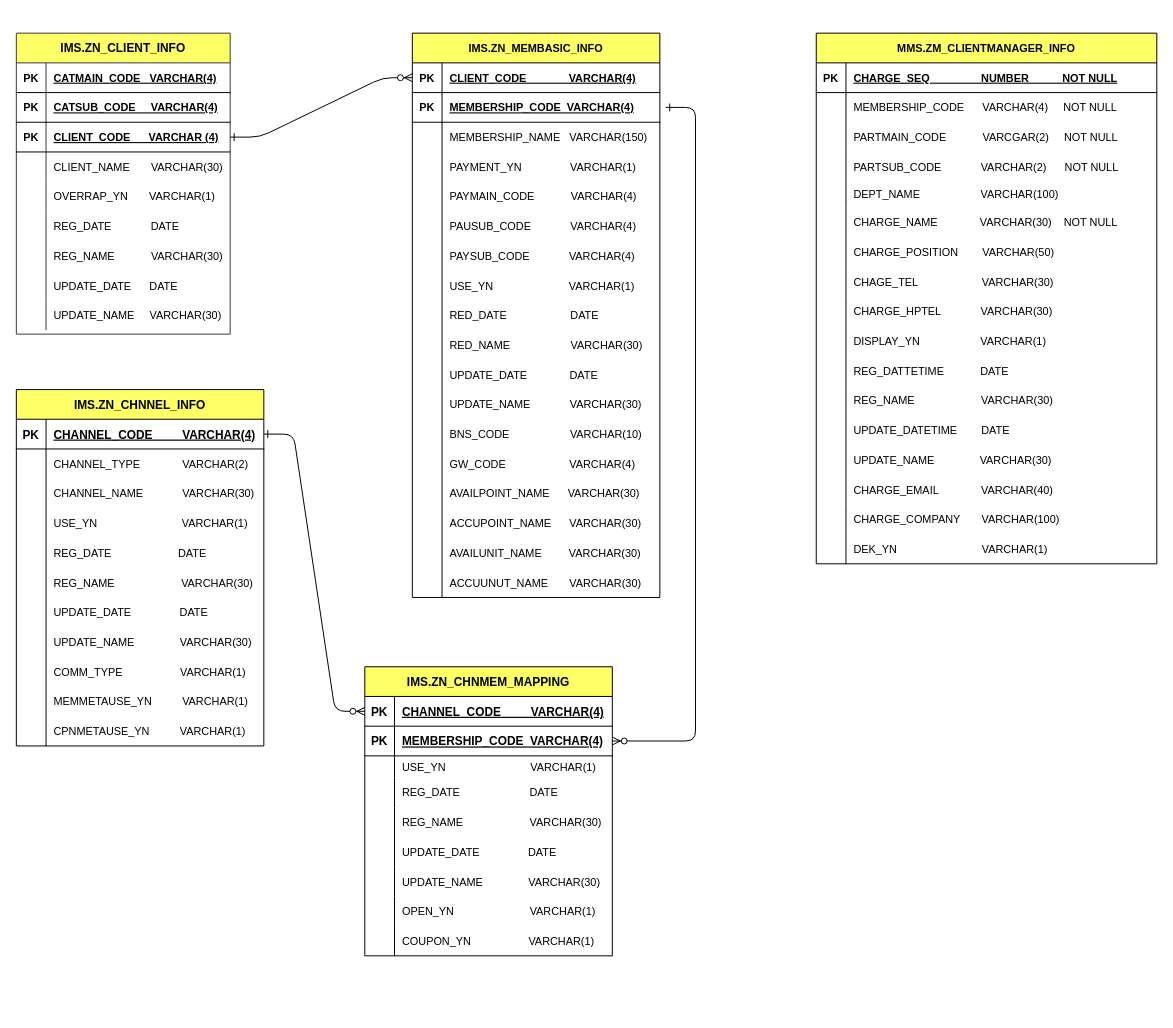
This is Untitled Diagram.drawio from qksl22/Java, a draw.io file, before an edit. Source tidied: cells renumbered, new cells numbered last; positions are measured from the earlier drawing's top-left corner, leaving out a move shared by most shapes. Both pictures are drawn from the tidied source at 99%, with x=0, y=0 at pixel (16, 33).
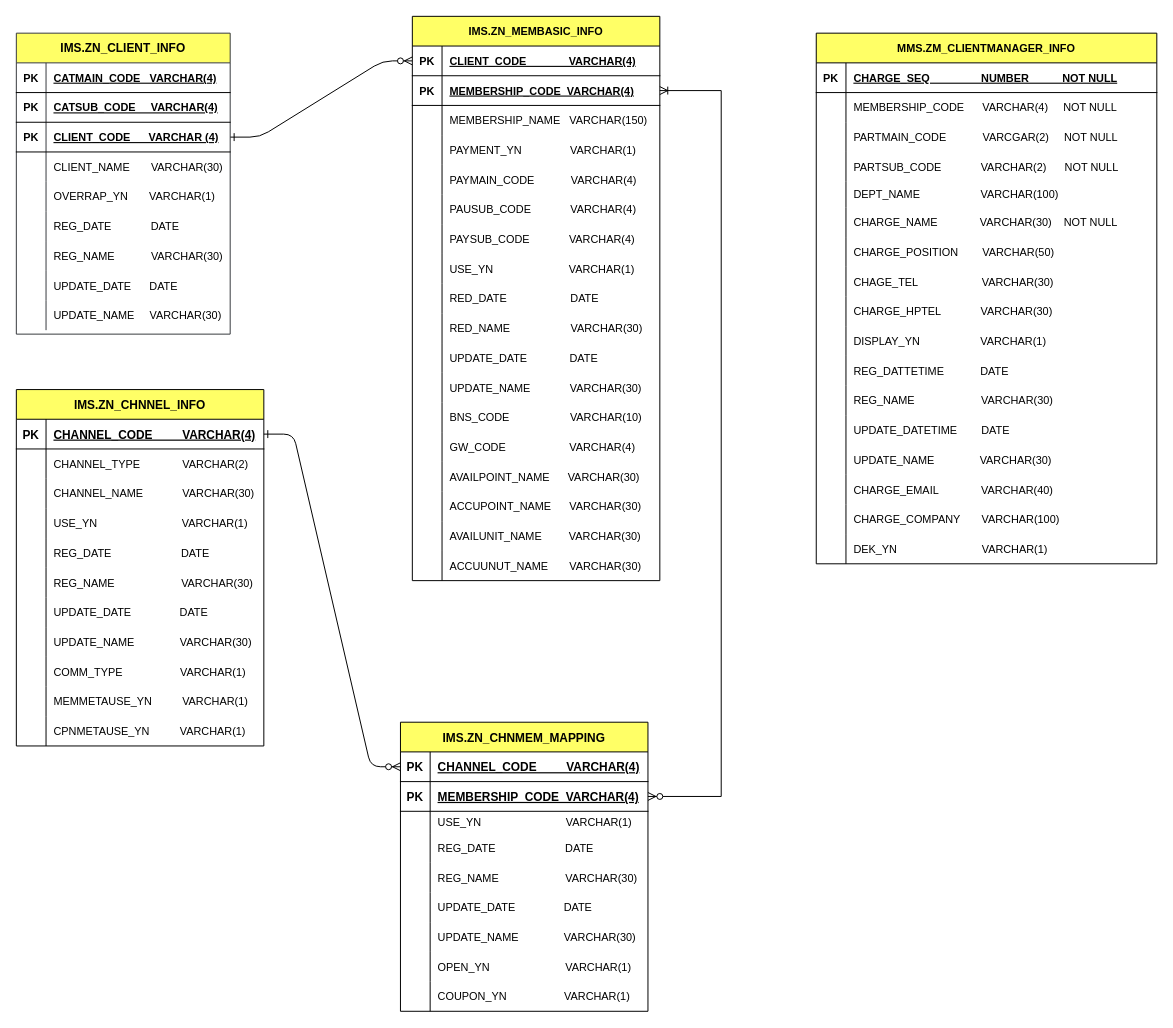
The same page after the edit.

Unchanged cells that the change refers to:
```xml
<mxCell id="7" style="shape=partialRectangle;fillColor=none;points=[[0,0.5],[1,0.5]];portConstraint=eastwest;top=0;left=0;right=0;bottom=1;fontSize=11;" parent="3" vertex="1">
  <mxGeometry y="60" width="250" height="30" as="geometry" />
</mxCell>
<mxCell id="90" style="shape=partialRectangle;fillColor=none;points=[[0,0.5],[1,0.5]];portConstraint=eastwest;top=0;left=0;right=0;bottom=1;" parent="86" vertex="1">
  <mxGeometry y="60" width="250" height="30" as="geometry" />
</mxCell>
<mxCell id="127" style="shape=partialRectangle;fillColor=none;top=0;left=0;right=0;bottom=0;fontSize=11;" parent="114" vertex="1">
  <mxGeometry y="150" width="250" height="30" as="geometry" />
</mxCell>
```

Change to the diagram source:
```diff
@@
     <mxCell id="3" value="IMS.ZN_MEMBASIC_INFO" style="shape=table;startSize=30;childLayout=tableLayout;rowLines=0;fontStyle=1;align=center;fontSize=11;fillColor=#FFFF66;" parent="1" vertex="1">
-      <mxGeometry x="400" width="250" height="570" as="geometry" />
+      <mxGeometry x="400" y="-17" width="250" height="570" as="geometry" />
     </mxCell>
@@
     <mxCell id="86" value="IMS.ZN_CHNMEM_MAPPING" style="shape=table;startSize=30;childLayout=tableLayout;rowLines=0;fontStyle=1;align=center;fillColor=#FFFF66;" parent="1" vertex="1">
-      <mxGeometry x="352" y="640" width="250" height="292" as="geometry" />
+      <mxGeometry x="388" y="696" width="250" height="292" as="geometry" />
     </mxCell>
@@
-    <mxCell id="129" value="REG_DATE                      DATE            " style="shape=partialRectangle;overflow=hidden;fillColor=none;top=0;left=0;bottom=0;right=0;align=left;spacingLeft=6;fontSize=11;" parent="127" vertex="1">
+    <mxCell id="129" value="REG_DATE                       DATE            " style="shape=partialRectangle;overflow=hidden;fillColor=none;top=0;left=0;bottom=0;right=0;align=left;spacingLeft=6;fontSize=11;" parent="127" vertex="1">
       <mxGeometry x="30" width="220" height="30" as="geometry" />
     </mxCell>
@@
-    <mxCell id="201" style="edgeStyle=entityRelationEdgeStyle;endArrow=ERzeroToMany;startArrow=ERone;endFill=1;startFill=0;fontSize=11;entryX=1;entryY=0.5;entryDx=0;entryDy=0;" parent="1" edge="1" target="90">
-      <mxGeometry relative="1" as="geometry">
-        <mxPoint x="656" y="75" as="sourcePoint" />
-      </mxGeometry>
-    </mxCell>
+    <mxCell id="202" style="edgeStyle=orthogonalEdgeStyle;fontSize=12;html=1;endArrow=ERoneToMany;startArrow=ERzeroToMany;rounded=0;exitX=1;exitY=0.5;exitDx=0;exitDy=0;entryX=1;entryY=0.5;entryDx=0;entryDy=0;" parent="1" edge="1" source="90" target="7">
+      <mxGeometry relative="1" as="geometry">
+        <Array as="points">
+          <mxPoint x="712" y="771" />
+          <mxPoint x="712" y="58" />
+        </Array>
+      </mxGeometry>
+    </mxCell>
```
